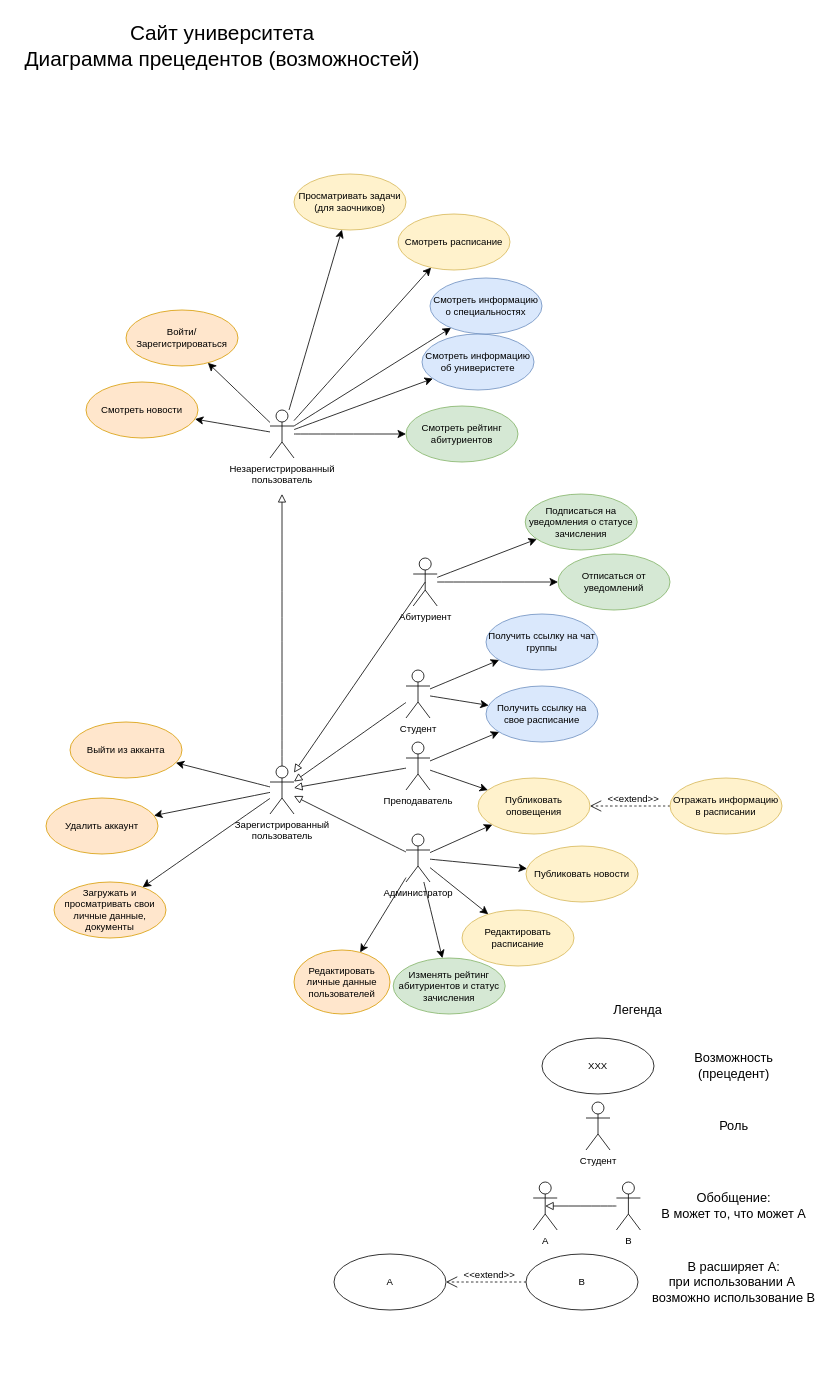
Before: usecase.drawio in kawazaki42/tyrfeicy, a draw.io diagram. Source tidied: cells renumbered, new cells numbered last; positions are measured from the earlier drawing's top-left corner, leaving out a move shared by most shapes. Both pictures are drawn from the tidied source at 80%, with x=0, y=0 at pixel (14, 14).
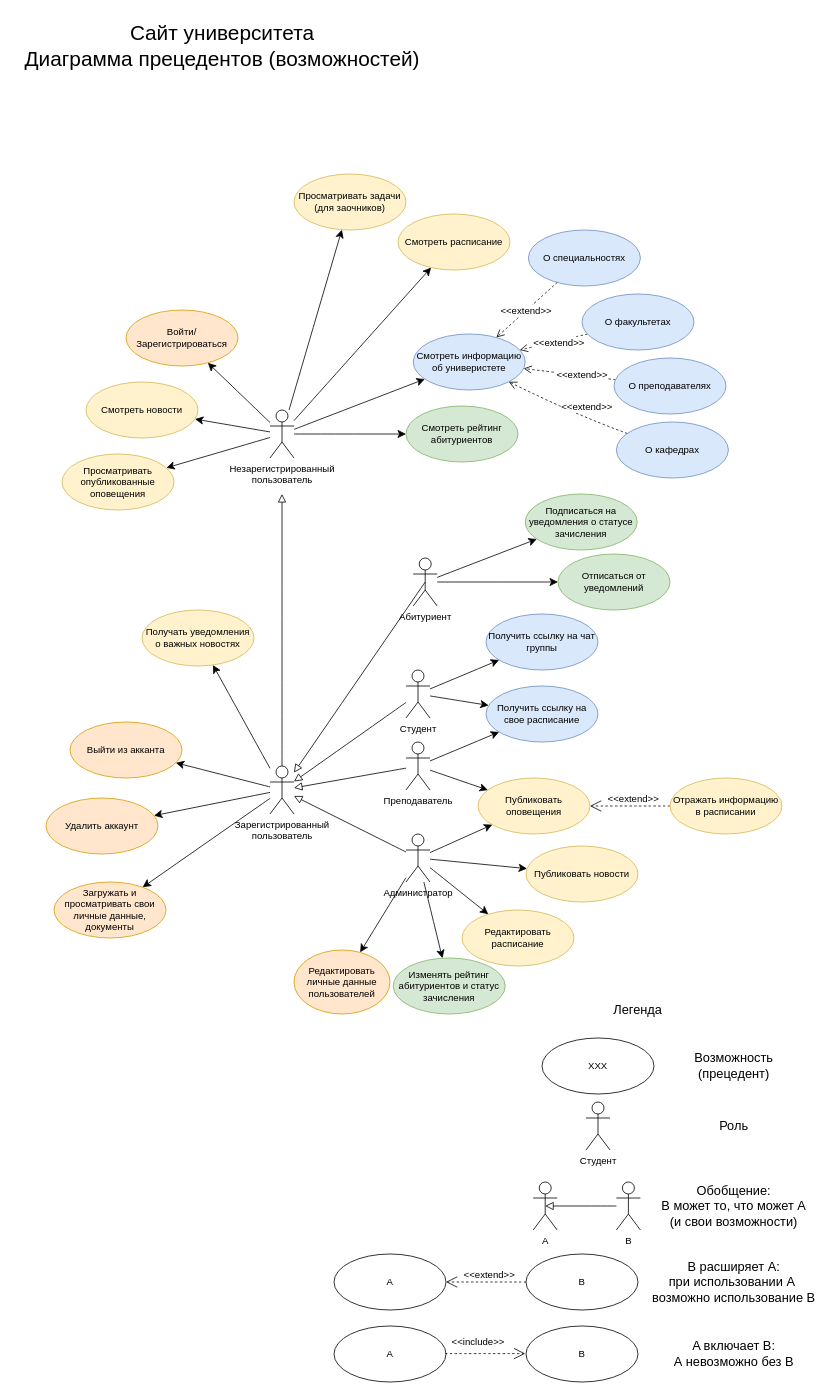
Above is the later version.

Unchanged cells that the change refers to:
```xml
<mxCell id="9" value="Незарегистрированный&lt;div&gt;пользователь&lt;/div&gt;" style="shape=umlActor;verticalLabelPosition=bottom;verticalAlign=top;html=1;" parent="1" vertex="1">
  <mxGeometry x="320" y="495" width="30" height="60" as="geometry" />
</mxCell>
<mxCell id="16" value="Зарегистрированный&lt;div&gt;пользователь&lt;/div&gt;" style="shape=umlActor;verticalLabelPosition=bottom;verticalAlign=top;html=1;" parent="1" vertex="1">
  <mxGeometry x="320" y="940" width="30" height="60" as="geometry" />
</mxCell>
<mxCell id="25" style="endArrow=open;dashed=1;endFill=0;endSize=12;html=1;rounded=0;fontSize=12;curved=1;textShadow=0;strokeColor=default;" parent="1" edge="1" source="27" target="12">
  <mxGeometry relative="1" as="geometry" />
</mxCell>
<mxCell id="67" style="endArrow=open;dashed=1;endFill=0;endSize=12;html=1;rounded=0;fontSize=12;curved=1;textShadow=0;strokeColor=default;" parent="1" edge="1" source="69" target="66">
  <mxGeometry relative="1" as="geometry" />
</mxCell>
```

Change to the diagram source:
```diff
@@
-    <mxCell id="8" style="edgeStyle=none;curved=1;rounded=0;jettySize=auto;html=1;exitX=1;exitY=0.3333333333333333;exitDx=0;exitDy=0;exitPerimeter=0;fontSize=12;startSize=8;endSize=8;" parent="1" edge="1" source="9" target="50">
-      <mxGeometry relative="1" as="geometry" />
-    </mxCell>
+    <mxCell id="71" style="edgeStyle=none;curved=1;rounded=0;jettySize=auto;html=1;fontSize=12;startSize=8;endSize=8;" parent="1" edge="1" source="9" target="83">
+      <mxGeometry relative="1" as="geometry" />
+    </mxCell>
@@
+    <mxCell id="72" style="edgeStyle=none;curved=1;rounded=0;jettySize=auto;html=1;fontSize=12;startSize=8;endSize=8;" parent="1" edge="1" source="16" target="93">
+      <mxGeometry relative="1" as="geometry" />
+    </mxCell>
@@
-    <mxCell id="26" value="&amp;lt;&amp;lt;extend&amp;gt;&amp;gt;" style="edgeLabel;html=1;align=center;verticalAlign=middle;fontSize=12;" parent="25" vertex="1">
-      <mxGeometry x="-0.29" y="-4" relative="1" as="geometry">
-        <mxPoint x="-11" y="-6" as="offset" />
-      </mxGeometry>
-    </mxCell>
+    <mxCell id="73" value="&amp;lt;&amp;lt;extend&amp;gt;&amp;gt;" style="edgeLabel;html=1;align=center;verticalAlign=middle;fontSize=12;" parent="25" vertex="1">
+      <mxGeometry x="-0.29" y="-4" relative="1" as="geometry">
+        <mxPoint x="-11" y="-6" as="offset" />
+      </mxGeometry>
+    </mxCell>
@@
-    <mxCell id="28" value="Смотреть новости" style="ellipse;whiteSpace=wrap;html=1;fillColor=#ffe6cc;strokeColor=#d79b00;" parent="1" vertex="1">
+    <mxCell id="28" value="Смотреть новости" style="ellipse;whiteSpace=wrap;html=1;fillColor=#fff2cc;strokeColor=#d6b656;" parent="1" vertex="1">
       <mxGeometry x="90" y="460" width="140" height="70" as="geometry" />
     </mxCell>
@@
     <mxCell id="44" value="Смотреть информацию об универистете" style="ellipse;whiteSpace=wrap;html=1;fillColor=#dae8fc;strokeColor=#6c8ebf;" parent="1" vertex="1">
-      <mxGeometry x="510" y="400" width="140" height="70" as="geometry" />
+      <mxGeometry x="499" y="400" width="140" height="70" as="geometry" />
     </mxCell>
-    <mxCell id="45" style="edgeStyle=none;curved=1;rounded=0;jettySize=auto;html=1;fontSize=12;startSize=8;endSize=8;endArrow=block;endFill=0;exitX=0.5;exitY=0;exitDx=0;exitDy=0;exitPerimeter=0;" parent="1" edge="1" source="16">
-      <mxGeometry relative="1" as="geometry">
-        <mxPoint x="335" y="600" as="targetPoint" />
-      </mxGeometry>
-    </mxCell>
+    <mxCell id="74" style="edgeStyle=none;curved=1;rounded=0;jettySize=auto;html=1;fontSize=12;startSize=8;endSize=8;endArrow=block;endFill=0;exitX=0.5;exitY=0;exitDx=0;exitDy=0;exitPerimeter=0;" parent="1" edge="1" source="16">
+      <mxGeometry relative="1" as="geometry">
+        <mxPoint x="335" y="600" as="targetPoint" />
+      </mxGeometry>
+    </mxCell>
@@
-    <mxCell id="50" value="Смотреть информацию о специальностях" style="ellipse;whiteSpace=wrap;html=1;fillColor=#dae8fc;strokeColor=#6c8ebf;" parent="1" vertex="1">
-      <mxGeometry x="520" y="330" width="140" height="70" as="geometry" />
-    </mxCell>
+    <mxCell id="75" value="О специальностях" style="ellipse;whiteSpace=wrap;html=1;fillColor=#dae8fc;strokeColor=#6c8ebf;" parent="1" vertex="1">
+      <mxGeometry x="643" y="270" width="140" height="70" as="geometry" />
+    </mxCell>
@@
-    <mxCell id="65" value="&lt;div&gt;Обобщение:&lt;/div&gt;&lt;div&gt;B может то, что может A&lt;/div&gt;" style="text;strokeColor=none;fillColor=none;html=1;align=center;verticalAlign=middle;whiteSpace=wrap;rounded=0;fontSize=16;" parent="1" vertex="1">
-      <mxGeometry x="800" y="1475" width="200" height="30" as="geometry" />
-    </mxCell>
+    <mxCell id="76" value="&lt;div&gt;Обобщение:&lt;/div&gt;&lt;div&gt;B может то, что может A (и свои возможности)&lt;/div&gt;" style="text;strokeColor=none;fillColor=none;html=1;align=center;verticalAlign=middle;whiteSpace=wrap;rounded=0;fontSize=16;" parent="1" vertex="1">
+      <mxGeometry x="800" y="1475" width="200" height="30" as="geometry" />
+    </mxCell>
@@
-    <mxCell id="68" value="&amp;lt;&amp;lt;extend&amp;gt;&amp;gt;" style="edgeLabel;html=1;align=center;verticalAlign=middle;fontSize=12;" parent="67" vertex="1">
-      <mxGeometry x="-0.29" y="-4" relative="1" as="geometry">
-        <mxPoint x="-11" y="-6" as="offset" />
-      </mxGeometry>
-    </mxCell>
+    <mxCell id="77" value="&amp;lt;&amp;lt;extend&amp;gt;&amp;gt;" style="edgeLabel;html=1;align=center;verticalAlign=middle;fontSize=12;" parent="67" vertex="1">
+      <mxGeometry x="-0.29" y="-4" relative="1" as="geometry">
+        <mxPoint x="-11" y="-6" as="offset" />
+      </mxGeometry>
+    </mxCell>
@@
+    <mxCell id="78" value="A" style="ellipse;whiteSpace=wrap;html=1;" parent="1" vertex="1">
+      <mxGeometry x="400" y="1640" width="140" height="70" as="geometry" />
+    </mxCell>
+    <mxCell id="79" style="endArrow=open;dashed=1;endFill=0;endSize=12;html=1;rounded=0;fontSize=12;curved=1;textShadow=0;strokeColor=default;" parent="1" edge="1">
+      <mxGeometry relative="1" as="geometry">
+        <mxPoint x="539" y="1674.5" as="sourcePoint" />
+        <mxPoint x="639" y="1674.5" as="targetPoint" />
+      </mxGeometry>
+    </mxCell>
+    <mxCell id="80" value="&amp;lt;&amp;lt;include&amp;gt;&amp;gt;" style="edgeLabel;html=1;align=center;verticalAlign=middle;fontSize=12;" parent="79" vertex="1">
+      <mxGeometry x="-0.29" y="-4" relative="1" as="geometry">
+        <mxPoint x="4" y="-19" as="offset" />
+      </mxGeometry>
+    </mxCell>
+    <mxCell id="81" value="B" style="ellipse;whiteSpace=wrap;html=1;" parent="1" vertex="1">
+      <mxGeometry x="640" y="1640" width="140" height="70" as="geometry" />
+    </mxCell>
+    <mxCell id="82" value="&lt;div&gt;A включает B:&lt;/div&gt;&lt;div&gt;А невозможно без B&lt;/div&gt;" style="text;strokeColor=none;fillColor=none;html=1;align=center;verticalAlign=middle;whiteSpace=wrap;rounded=0;fontSize=16;" parent="1" vertex="1">
+      <mxGeometry x="790" y="1660" width="220" height="30" as="geometry" />
+    </mxCell>
+    <mxCell id="83" value="Просматривать опубликованные оповещения" style="ellipse;whiteSpace=wrap;html=1;fillColor=#fff2cc;strokeColor=#d6b656;" parent="1" vertex="1">
+      <mxGeometry x="60" y="550" width="140" height="70" as="geometry" />
+    </mxCell>
+    <mxCell id="84" style="edgeStyle=none;curved=1;rounded=0;jettySize=auto;html=1;fontSize=12;startSize=8;endSize=8;endArrow=open;endFill=0;dashed=1;" parent="1" edge="1" source="85" target="44">
+      <mxGeometry relative="1" as="geometry" />
+    </mxCell>
+    <mxCell id="85" value="О факультетах" style="ellipse;whiteSpace=wrap;html=1;fillColor=#dae8fc;strokeColor=#6c8ebf;" parent="1" vertex="1">
+      <mxGeometry x="710" y="350" width="140" height="70" as="geometry" />
+    </mxCell>
+    <mxCell id="86" style="edgeStyle=none;curved=1;rounded=0;jettySize=auto;html=1;fontSize=12;startSize=8;endSize=8;endArrow=open;endFill=0;dashed=1;" parent="1" edge="1" source="87" target="44">
+      <mxGeometry relative="1" as="geometry" />
+    </mxCell>
+    <mxCell id="87" value="О преподавателях" style="ellipse;whiteSpace=wrap;html=1;fillColor=#dae8fc;strokeColor=#6c8ebf;" parent="1" vertex="1">
+      <mxGeometry x="750" y="430" width="140" height="70" as="geometry" />
+    </mxCell>
+    <mxCell id="88" style="edgeStyle=none;curved=1;rounded=0;jettySize=auto;html=1;entryX=1;entryY=1;entryDx=0;entryDy=0;fontSize=12;startSize=8;endSize=8;endArrow=open;endFill=0;dashed=1;" parent="1" edge="1" source="89" target="44">
+      <mxGeometry relative="1" as="geometry">
+        <Array as="points">
+          <mxPoint x="700" y="500" />
+        </Array>
+      </mxGeometry>
+    </mxCell>
+    <mxCell id="89" value="О кафедрах" style="ellipse;whiteSpace=wrap;html=1;fillColor=#dae8fc;strokeColor=#6c8ebf;" parent="1" vertex="1">
+      <mxGeometry x="753" y="510" width="140" height="70" as="geometry" />
+    </mxCell>
+    <mxCell id="90" value="&amp;lt;&amp;lt;extend&amp;gt;&amp;gt;" style="edgeLabel;html=1;align=center;verticalAlign=middle;fontSize=12;" parent="1" vertex="1">
+      <mxGeometry x="680" y="410" as="geometry" />
+    </mxCell>
+    <mxCell id="91" value="&amp;lt;&amp;lt;extend&amp;gt;&amp;gt;" style="edgeLabel;html=1;align=center;verticalAlign=middle;fontSize=12;" parent="1" vertex="1">
+      <mxGeometry x="709" y="450" as="geometry" />
+    </mxCell>
+    <mxCell id="92" value="&amp;lt;&amp;lt;extend&amp;gt;&amp;gt;" style="edgeLabel;html=1;align=center;verticalAlign=middle;fontSize=12;" parent="1" vertex="1">
+      <mxGeometry x="715" y="490" as="geometry" />
+    </mxCell>
+    <mxCell id="93" value="Получать уведомления о важных новостях" style="ellipse;whiteSpace=wrap;html=1;fillColor=#fff2cc;strokeColor=#d6b656;" parent="1" vertex="1">
+      <mxGeometry x="160" y="745" width="140" height="70" as="geometry" />
+    </mxCell>
+    <mxCell id="94" style="edgeStyle=none;curved=1;rounded=0;jettySize=auto;html=1;fontSize=12;startSize=8;endSize=8;endArrow=open;endFill=0;dashed=1;" parent="1" edge="1" source="75" target="44">
+      <mxGeometry relative="1" as="geometry" />
+    </mxCell>
+    <mxCell id="95" value="&amp;lt;&amp;lt;extend&amp;gt;&amp;gt;" style="edgeLabel;html=1;align=center;verticalAlign=middle;fontSize=12;" parent="1" vertex="1">
+      <mxGeometry x="639" y="370" as="geometry" />
+    </mxCell>
```
